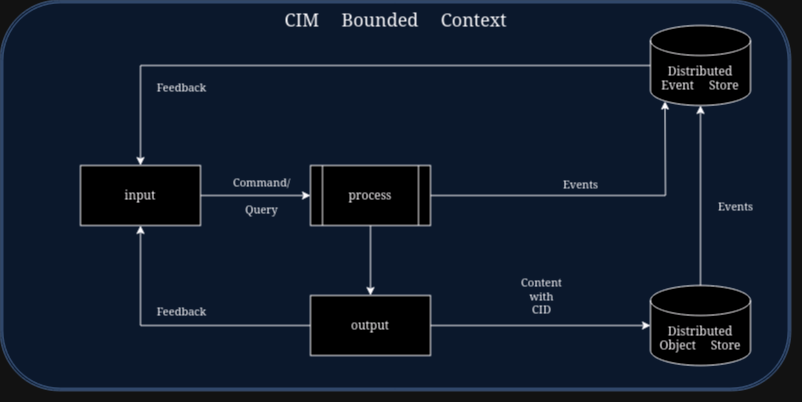
This is cim.drawio.png from AmaranthosIO/drawings, a draw.io export, as it was before one commit. Source tidied: cells renumbered, new cells last; positions are measured from the earlier drawing's top-left corner, leaving out a move shared by most shapes.
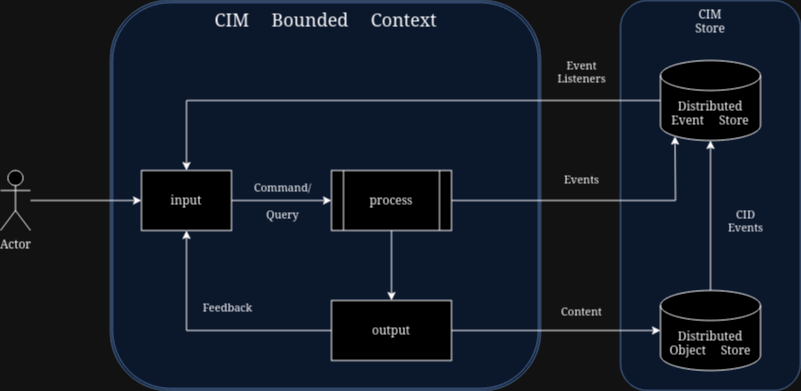
The same diagram one commit later.

Change to the diagram source:
```diff
@@ -2,57 +2,60 @@
   <root>
     <mxCell id="0" />
     <mxCell id="1" parent="0" />
+    <mxCell id="21" value="CIM &lt;br&gt;Store" style="rounded=1;whiteSpace=wrap;html=1;fillColor=#dae8fc;strokeColor=#6c8ebf;verticalAlign=top;" parent="1" vertex="1">
+      <mxGeometry x="640" y="15" width="180" height="390" as="geometry" />
+    </mxCell>
     <mxCell id="2" value="CIM Bounded Context" style="shape=ext;double=1;rounded=1;html=1;spacingBottom=0;verticalAlign=top;labelBackgroundColor=none;labelBorderColor=none;fillColor=#dae8fc;strokeColor=#6c8ebf;gradientColor=none;glass=0;shadow=0;fontSize=18;" parent="1" vertex="1">
-      <mxGeometry width="790" height="390" as="geometry" />
+      <mxGeometry x="130" y="15" width="430" height="390" as="geometry" />
     </mxCell>
     <mxCell id="3" style="edgeStyle=none;rounded=0;jettySize=auto;html=1;exitX=0.5;exitY=0;exitDx=0;exitDy=0;exitPerimeter=0;" parent="1" edge="1" source="5" target="10">
       <mxGeometry relative="1" as="geometry" />
     </mxCell>
-    <mxCell id="4" value="Events" style="edgeLabel;html=1;align=center;verticalAlign=middle;labelBackgroundColor=none;spacingLeft=48;" parent="3" vertex="1">
+    <mxCell id="4" value="CID&lt;br&gt;Events" style="edgeLabel;html=1;align=center;verticalAlign=middle;labelBackgroundColor=none;spacingLeft=48;" parent="3" vertex="1">
       <mxGeometry x="-0.34" y="-2" relative="1" as="geometry">
         <mxPoint x="8" y="-21" as="offset" />
       </mxGeometry>
     </mxCell>
     <mxCell id="5" value="&lt;div&gt;Distributed&lt;/div&gt;&lt;div&gt;Object Store&lt;/div&gt;" style="shape=cylinder3;whiteSpace=wrap;html=1;boundedLbl=1;backgroundOutline=1;size=15;" parent="1" vertex="1">
-      <mxGeometry x="650" y="285" width="100" height="80" as="geometry" />
+      <mxGeometry x="680" y="305" width="100" height="80" as="geometry" />
     </mxCell>
     <mxCell id="6" style="edgeStyle=none;rounded=0;jettySize=auto;html=1;exitX=0.5;exitY=1;exitDx=0;exitDy=0;entryX=0.5;entryY=0;entryDx=0;entryDy=0;" parent="1" edge="1" source="7" target="16">
       <mxGeometry relative="1" as="geometry" />
     </mxCell>
     <mxCell id="7" value="process" style="shape=process;whiteSpace=wrap;html=1;backgroundOutline=1;" parent="1" vertex="1">
-      <mxGeometry x="310" y="165" width="120" height="60" as="geometry" />
+      <mxGeometry x="351" y="185" width="120" height="60" as="geometry" />
     </mxCell>
     <mxCell id="8" style="edgeStyle=none;rounded=0;jettySize=auto;html=1;exitX=0;exitY=0.5;exitDx=0;exitDy=0;exitPerimeter=0;entryX=0.5;entryY=0;entryDx=0;entryDy=0;" parent="1" edge="1" source="10" target="13">
       <mxGeometry relative="1" as="geometry">
         <Array as="points">
-          <mxPoint x="140" y="65" />
-          <mxPoint x="140" y="105" />
+          <mxPoint x="630" y="115" />
+          <mxPoint x="206" y="115" />
         </Array>
       </mxGeometry>
     </mxCell>
-    <mxCell id="9" value="Feedback" style="edgeLabel;html=1;align=center;verticalAlign=middle;labelBackgroundColor=none;spacingTop=0;spacingBottom=18;noLabel=0;" parent="8" vertex="1">
+    <mxCell id="9" value="Event&lt;br&gt;Listeners" style="edgeLabel;html=1;align=center;verticalAlign=middle;labelBackgroundColor=none;spacingTop=0;spacingBottom=18;noLabel=0;" parent="8" vertex="1">
       <mxGeometry x="-0.12" y="-3" relative="1" as="geometry">
-        <mxPoint x="-203" y="33" as="offset" />
+        <mxPoint x="158" y="-17" as="offset" />
       </mxGeometry>
     </mxCell>
     <mxCell id="10" value="&lt;div&gt;Distributed&lt;/div&gt;&lt;div&gt;Event Store&lt;/div&gt;" style="shape=cylinder3;whiteSpace=wrap;html=1;boundedLbl=1;backgroundOutline=1;size=15;" parent="1" vertex="1">
-      <mxGeometry x="650" y="25" width="100" height="80" as="geometry" />
+      <mxGeometry x="680" y="75" width="100" height="80" as="geometry" />
     </mxCell>
     <mxCell id="11" style="edgeStyle=none;rounded=0;jettySize=auto;html=1;exitX=1;exitY=0.5;exitDx=0;exitDy=0;entryX=0;entryY=0.5;entryDx=0;entryDy=0;" parent="1" edge="1" source="13" target="7">
       <mxGeometry relative="1" as="geometry" />
     </mxCell>
     <mxCell id="12" value="&lt;div&gt;Command/&lt;br&gt;&lt;br&gt;&lt;/div&gt;&lt;div&gt;Query&lt;/div&gt;" style="edgeLabel;html=1;align=center;verticalAlign=middle;labelBackgroundColor=none;" parent="11" vertex="1">
       <mxGeometry x="-0.24" y="-2" relative="1" as="geometry">
-        <mxPoint x="18" y="-2" as="offset" />
+        <mxPoint x="12" y="-2" as="offset" />
       </mxGeometry>
     </mxCell>
     <mxCell id="13" value="input" style="rounded=0;whiteSpace=wrap;html=1;" parent="1" vertex="1">
-      <mxGeometry x="80" y="165" width="120" height="60" as="geometry" />
+      <mxGeometry x="161" y="185" width="90" height="60" as="geometry" />
     </mxCell>
     <mxCell id="14" style="edgeStyle=none;rounded=0;jettySize=auto;html=1;exitX=0;exitY=0.5;exitDx=0;exitDy=0;entryX=0.5;entryY=1;entryDx=0;entryDy=0;" parent="1" edge="1" source="16" target="13">
       <mxGeometry relative="1" as="geometry">
         <Array as="points">
-          <mxPoint x="140" y="325" />
+          <mxPoint x="206" y="345" />
         </Array>
       </mxGeometry>
     </mxCell>
@@ -62,29 +65,40 @@
       </mxGeometry>
     </mxCell>
     <mxCell id="16" value="output" style="rounded=0;whiteSpace=wrap;html=1;" parent="1" vertex="1">
-      <mxGeometry x="310" y="295" width="120" height="60" as="geometry" />
+      <mxGeometry x="351" y="315" width="120" height="60" as="geometry" />
     </mxCell>
     <mxCell id="17" style="edgeStyle=none;rounded=0;jettySize=auto;html=1;exitX=1;exitY=0.5;exitDx=0;exitDy=0;entryX=0;entryY=0.5;entryDx=0;entryDy=0;entryPerimeter=0;" parent="1" edge="1" source="16" target="5">
       <mxGeometry relative="1" as="geometry">
         <Array as="points">
-          <mxPoint x="590" y="325" />
+          <mxPoint x="620" y="345" />
         </Array>
       </mxGeometry>
     </mxCell>
-    <mxCell id="18" value="&lt;div&gt;Content&lt;/div&gt;&lt;div&gt;with&lt;/div&gt;CID" style="edgeLabel;html=1;align=center;verticalAlign=middle;labelBackgroundColor=none;" parent="17" vertex="1">
+    <mxCell id="18" value="&lt;div&gt;Content&lt;/div&gt;" style="edgeLabel;html=1;align=center;verticalAlign=middle;labelBackgroundColor=none;" parent="17" vertex="1">
       <mxGeometry x="-0.29" y="-1" relative="1" as="geometry">
-        <mxPoint x="32" y="-31" as="offset" />
+        <mxPoint x="55" y="-21" as="offset" />
       </mxGeometry>
     </mxCell>
     <mxCell id="19" style="edgeStyle=none;rounded=0;jettySize=auto;html=1;exitX=1;exitY=0.5;exitDx=0;exitDy=0;entryX=0.145;entryY=1;entryDx=0;entryDy=-4.35;entryPerimeter=0;" parent="1" edge="1" source="7" target="10">
       <mxGeometry relative="1" as="geometry">
         <Array as="points">
-          <mxPoint x="665" y="195" />
+          <mxPoint x="695" y="215" />
         </Array>
       </mxGeometry>
     </mxCell>
     <mxCell id="20" value="Events" style="edgeLabel;html=1;align=center;verticalAlign=middle;labelBackgroundColor=none;spacingBottom=24;" parent="19" vertex="1">
-      <mxGeometry x="-0.09" relative="1" as="geometry" />
+      <mxGeometry x="-0.09" relative="1" as="geometry">
+        <mxPoint x="-2" y="-10" as="offset" />
+      </mxGeometry>
     </mxCell>
+    <mxCell id="22" style="edgeStyle=none;rounded=0;orthogonalLoop=1;jettySize=auto;html=1;exitX=0;exitY=0.5;exitDx=0;exitDy=0;" parent="1" edge="1" source="2" target="2">
+      <mxGeometry relative="1" as="geometry" />
+    </mxCell>
+    <mxCell id="23" style="edgeStyle=none;rounded=0;jettySize=auto;html=1;entryX=0;entryY=0.5;entryDx=0;entryDy=0;" parent="1" edge="1" source="24" target="13">
+      <mxGeometry relative="1" as="geometry" />
+    </mxCell>
+    <mxCell id="24" value="Actor" style="shape=umlActor;verticalLabelPosition=bottom;verticalAlign=top;html=1;outlineConnect=0;" parent="1" vertex="1">
+      <mxGeometry x="20" y="185" width="30" height="60" as="geometry" />
+    </mxCell>
   </root>
 </mxGraphModel>
```
